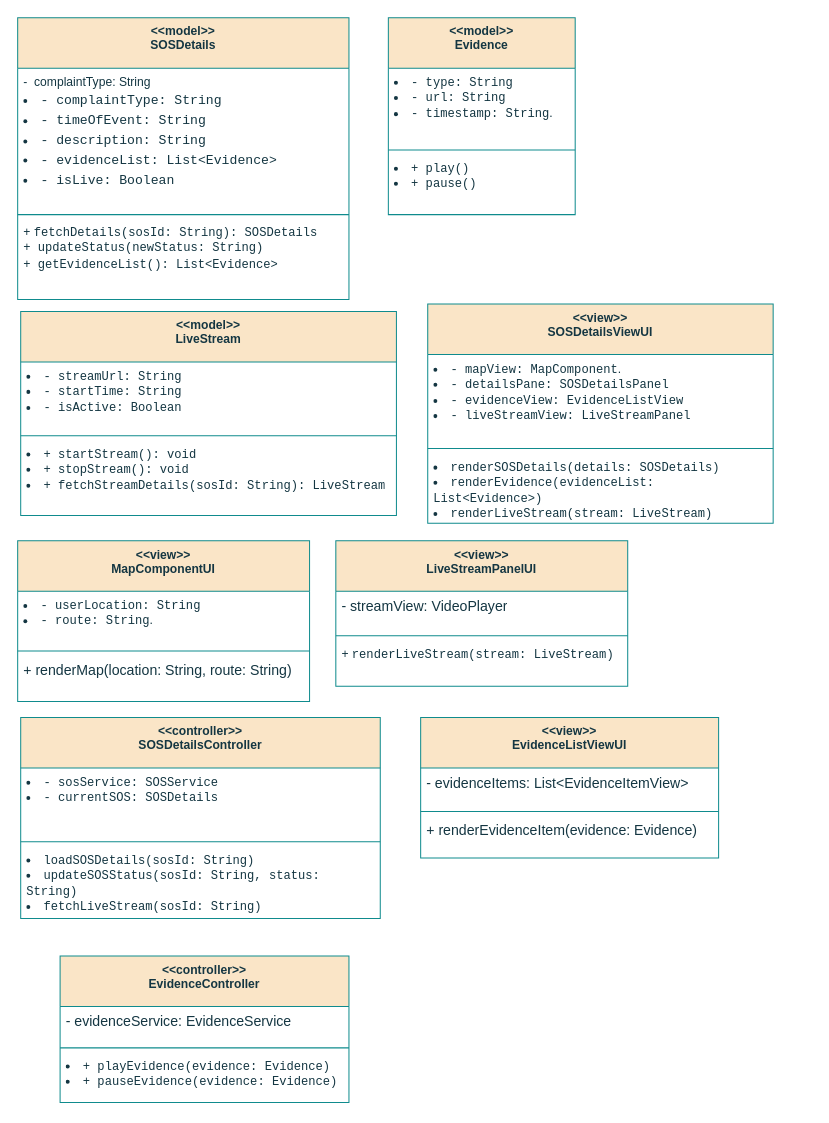
Earlier version of the draw.io diagram page "Page-7" (7 of 7) of Untitled Diagram.drawio (TH-014/CSE_326). Source tidied: cells renumbered, new cells numbered last; positions are measured from the earlier drawing's top-left corner, leaving out a move shared by most shapes. Both pictures are drawn from the tidied source at 101%, with x=0, y=0 at pixel (17, 17).
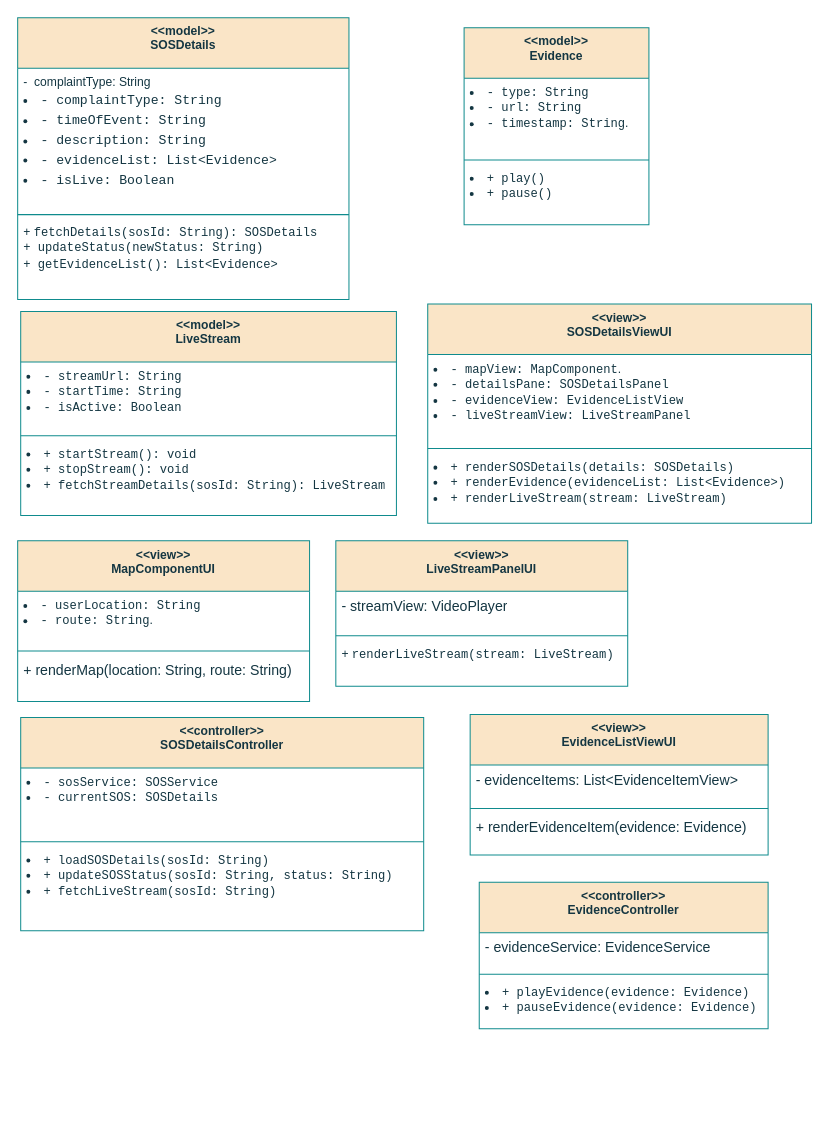
Above is the later version.

The change refers to these unchanged cells:
```xml
<mxCell id="2" value="&lt;div&gt;&amp;lt;&amp;lt;model&amp;gt;&amp;gt;&lt;/div&gt;&lt;div&gt;SOSDetails&lt;br&gt;&lt;/div&gt;" style="swimlane;fontStyle=1;align=center;verticalAlign=top;horizontal=1;startSize=50;whiteSpace=wrap;html=1;strokeColor=#0F8B8D;fontColor=#143642;fillColor=#FAE5C7;" parent="1" vertex="1">
  <mxGeometry width="328" height="279" as="geometry" />
</mxCell>
```

Diff of the diagram source:
```diff
@@
-    <mxCell id="3" value="&lt;div&gt;&lt;font style=&quot;font-size: 12px;&quot;&gt;-&amp;nbsp; complaintType: String&lt;/font&gt;&lt;/div&gt;&lt;li&gt;&lt;font size=&quot;3&quot;&gt;&lt;code&gt;- complaintType: String&lt;/code&gt;&lt;br&gt;&lt;/font&gt;&lt;/li&gt;&lt;li&gt;&lt;font size=&quot;3&quot;&gt;&lt;code&gt;- timeOfEvent: String&lt;/code&gt;&lt;br&gt;&lt;/font&gt;&lt;/li&gt;&lt;li&gt;&lt;font size=&quot;3&quot;&gt;&lt;code&gt;- description: String&lt;/code&gt;&lt;br&gt;&lt;/font&gt;&lt;/li&gt;&lt;li&gt;&lt;font size=&quot;3&quot;&gt;&lt;code&gt;- evidenceList: List&amp;lt;Evidence&amp;gt;&lt;/code&gt;&lt;br&gt;&lt;/font&gt;&lt;/li&gt;&lt;li&gt;&lt;font size=&quot;3&quot;&gt;&lt;code&gt;- isLive: Boolean&lt;/code&gt;&lt;br&gt;&lt;/font&gt;&lt;/li&gt;" style="text;strokeColor=none;fillColor=none;align=left;verticalAlign=top;spacingLeft=4;spacingRight=4;overflow=hidden;whiteSpace=wrap;html=1;fontColor=#143642;" parent="2" vertex="1">
+    <mxCell id="3" value="&lt;div align=&quot;left&quot;&gt;&lt;font style=&quot;font-size: 12px;&quot;&gt;-&amp;nbsp; complaintType: String&lt;/font&gt;&lt;/div&gt;&lt;div align=&quot;left&quot;&gt;&lt;li&gt;&lt;font size=&quot;3&quot;&gt;&lt;code&gt;- complaintType: String&lt;/code&gt;&lt;br&gt;&lt;/font&gt;&lt;/li&gt;&lt;li&gt;&lt;font size=&quot;3&quot;&gt;&lt;code&gt;- timeOfEvent: String&lt;/code&gt;&lt;br&gt;&lt;/font&gt;&lt;/li&gt;&lt;li&gt;&lt;font size=&quot;3&quot;&gt;&lt;code&gt;- description: String&lt;/code&gt;&lt;br&gt;&lt;/font&gt;&lt;/li&gt;&lt;li&gt;&lt;font size=&quot;3&quot;&gt;&lt;code&gt;- evidenceList: List&amp;lt;Evidence&amp;gt;&lt;/code&gt;&lt;/font&gt;&lt;/li&gt;&lt;li&gt;&lt;font size=&quot;3&quot;&gt;&lt;code&gt;&lt;/code&gt;&lt;code&gt;- isLive: Boolean&lt;/code&gt;&lt;br&gt;&lt;/font&gt;&lt;/li&gt;&lt;/div&gt;" style="text;strokeColor=none;fillColor=none;align=left;verticalAlign=top;spacingLeft=4;spacingRight=4;overflow=hidden;whiteSpace=wrap;html=1;fontColor=#143642;" parent="2" vertex="1">
       <mxGeometry y="50" width="328" height="141" as="geometry" />
     </mxCell>
@@
     <mxCell id="6" value="&lt;div&gt;&amp;lt;&amp;lt;model&amp;gt;&amp;gt;&lt;/div&gt;&lt;div&gt;Evidence&lt;br&gt;&lt;/div&gt;" style="swimlane;fontStyle=1;align=center;verticalAlign=top;horizontal=1;startSize=50;whiteSpace=wrap;html=1;strokeColor=#0F8B8D;fontColor=#143642;fillColor=#FAE5C7;" parent="1" vertex="1">
-      <mxGeometry x="367" width="185" height="195" as="geometry" />
+      <mxGeometry x="442" y="10" width="183" height="195" as="geometry" />
     </mxCell>
     <mxCell id="7" value="&lt;li&gt;&lt;code&gt;- type: String&lt;/code&gt;&lt;/li&gt;&lt;li&gt;&lt;code&gt;- url: String&lt;/code&gt;&lt;/li&gt;&lt;li&gt;&lt;code&gt;- timestamp: String&lt;/code&gt;.&lt;/li&gt;" style="text;strokeColor=none;fillColor=none;align=left;verticalAlign=top;spacingLeft=4;spacingRight=4;overflow=hidden;whiteSpace=wrap;html=1;fontColor=#143642;" parent="6" vertex="1">
-      <mxGeometry y="50" width="185" height="77" as="geometry" />
+      <mxGeometry y="50" width="183" height="77" as="geometry" />
     </mxCell>
     <mxCell id="8" style="line;strokeWidth=1;fillColor=none;align=left;verticalAlign=middle;spacingTop=-1;spacingLeft=3;spacingRight=3;labelPosition=right;strokeColor=inherit;fontColor=#143642;" parent="6" vertex="1">
-      <mxGeometry y="127" width="185" height="8" as="geometry" />
+      <mxGeometry y="127" width="183" height="8" as="geometry" />
     </mxCell>
     <mxCell id="9" value="&lt;li&gt;&lt;code&gt;+ play()&lt;/code&gt;&lt;/li&gt;&lt;li&gt;&lt;code&gt;+ pause()&lt;/code&gt;&lt;/li&gt;" style="text;strokeColor=none;fillColor=none;align=left;verticalAlign=top;spacingLeft=4;spacingRight=4;overflow=hidden;whiteSpace=wrap;html=1;fontColor=#143642;" parent="6" vertex="1">
-      <mxGeometry y="135" width="185" height="60" as="geometry" />
+      <mxGeometry y="135" width="183" height="60" as="geometry" />
     </mxCell>
@@
     <mxCell id="14" value="&lt;div&gt;&amp;lt;&amp;lt;view&amp;gt;&amp;gt;&lt;/div&gt;&lt;div&gt; SOSDetailsViewUI&lt;/div&gt;" style="swimlane;fontStyle=1;align=center;verticalAlign=top;horizontal=1;startSize=50;whiteSpace=wrap;html=1;strokeColor=#0F8B8D;fontColor=#143642;fillColor=#FAE5C7;" parent="1" vertex="1">
-      <mxGeometry x="406" y="283.5" width="342" height="217" as="geometry" />
+      <mxGeometry x="406" y="283.5" width="380" height="217" as="geometry" />
     </mxCell>
     <mxCell id="15" value="&lt;li&gt;&lt;code&gt;- mapView: MapComponent&lt;/code&gt;.&lt;/li&gt;&lt;li&gt;&lt;code&gt;- detailsPane: SOSDetailsPanel&lt;/code&gt;&lt;br&gt;&lt;/li&gt;&lt;li&gt;&lt;code&gt;- evidenceView: EvidenceListView&lt;/code&gt;&lt;br&gt;&lt;/li&gt;&lt;li&gt;&lt;code&gt;- liveStreamView: LiveStreamPanel&lt;/code&gt;&lt;br&gt;&lt;/li&gt;" style="text;strokeColor=none;fillColor=none;align=left;verticalAlign=top;spacingLeft=4;spacingRight=4;overflow=hidden;whiteSpace=wrap;html=1;fontColor=#143642;" parent="14" vertex="1">
-      <mxGeometry y="50" width="342" height="89" as="geometry" />
+      <mxGeometry y="50" width="380" height="89" as="geometry" />
     </mxCell>
     <mxCell id="16" style="line;strokeWidth=1;fillColor=none;align=left;verticalAlign=middle;spacingTop=-1;spacingLeft=3;spacingRight=3;labelPosition=right;strokeColor=inherit;fontColor=#143642;" parent="14" vertex="1">
-      <mxGeometry y="139" width="342" height="8" as="geometry" />
+      <mxGeometry y="139" width="380" height="8" as="geometry" />
     </mxCell>
-    <mxCell id="17" value="&lt;li&gt;&lt;code&gt;renderSOSDetails(details: SOSDetails)&lt;/code&gt;&lt;br&gt;&lt;/li&gt;&lt;li&gt;&lt;code&gt;renderEvidence(evidenceList: List&amp;lt;Evidence&amp;gt;)&lt;/code&gt;&lt;br&gt;&lt;/li&gt;&lt;li&gt;&lt;code&gt;renderLiveStream(stream: LiveStream)&lt;/code&gt;&lt;br&gt;&lt;/li&gt;" style="text;strokeColor=none;fillColor=none;align=left;verticalAlign=top;spacingLeft=4;spacingRight=4;overflow=hidden;whiteSpace=wrap;html=1;fontColor=#143642;" parent="14" vertex="1">
-      <mxGeometry y="147" width="342" height="70" as="geometry" />
+    <mxCell id="17" value="&lt;li&gt;&lt;code&gt;+ renderSOSDetails(details: SOSDetails)&lt;/code&gt;&lt;br&gt;&lt;/li&gt;&lt;li&gt;&lt;code&gt;+ renderEvidence(evidenceList: List&amp;lt;Evidence&amp;gt;)&lt;/code&gt;&lt;br&gt;&lt;/li&gt;&lt;li&gt;&lt;code&gt;+ renderLiveStream(stream: LiveStream)&lt;/code&gt;&lt;br&gt;&lt;/li&gt;" style="text;strokeColor=none;fillColor=none;align=left;verticalAlign=top;spacingLeft=4;spacingRight=4;overflow=hidden;whiteSpace=wrap;html=1;fontColor=#143642;" parent="14" vertex="1">
+      <mxGeometry y="147" width="380" height="70" as="geometry" />
     </mxCell>
@@
     <mxCell id="26" value="&lt;div&gt;&amp;lt;&amp;lt;controller&amp;gt;&amp;gt;&lt;/div&gt;&lt;div&gt;SOSDetailsController&lt;/div&gt;" style="swimlane;fontStyle=1;align=center;verticalAlign=top;horizontal=1;startSize=50;whiteSpace=wrap;html=1;strokeColor=#0F8B8D;fontColor=#143642;fillColor=#FAE5C7;" parent="1" vertex="1">
-      <mxGeometry x="3" y="693" width="356" height="199" as="geometry" />
+      <mxGeometry x="3" y="693" width="399" height="211" as="geometry" />
     </mxCell>
     <mxCell id="27" value="&lt;li&gt;&lt;code&gt;- sosService: SOSService&lt;/code&gt;&lt;/li&gt;&lt;li&gt;&lt;code&gt;- currentSOS: SOSDetails&lt;/code&gt;&lt;/li&gt;" style="text;strokeColor=none;fillColor=none;align=left;verticalAlign=top;spacingLeft=4;spacingRight=4;overflow=hidden;whiteSpace=wrap;html=1;fontColor=#143642;" parent="26" vertex="1">
-      <mxGeometry y="50" width="356" height="69" as="geometry" />
+      <mxGeometry y="50" width="399" height="69" as="geometry" />
     </mxCell>
     <mxCell id="28" style="line;strokeWidth=1;fillColor=none;align=left;verticalAlign=middle;spacingTop=-1;spacingLeft=3;spacingRight=3;labelPosition=right;strokeColor=inherit;fontColor=#143642;" parent="26" vertex="1">
-      <mxGeometry y="119" width="356" height="8" as="geometry" />
+      <mxGeometry y="119" width="399" height="8" as="geometry" />
     </mxCell>
-    <mxCell id="29" value="&lt;li&gt;&lt;code&gt;loadSOSDetails(sosId: String)&lt;/code&gt;&lt;br&gt;&lt;/li&gt;&lt;li&gt;&lt;code&gt;updateSOSStatus(sosId: String, status: String)&lt;/code&gt;&lt;br&gt;&lt;/li&gt;&lt;li&gt;&lt;code&gt;fetchLiveStream(sosId: String)&lt;/code&gt;&lt;br&gt;&lt;/li&gt;" style="text;strokeColor=none;fillColor=none;align=left;verticalAlign=top;spacingLeft=4;spacingRight=4;overflow=hidden;whiteSpace=wrap;html=1;fontColor=#143642;" parent="26" vertex="1">
-      <mxGeometry y="127" width="356" height="72" as="geometry" />
+    <mxCell id="29" value="&lt;li&gt;&lt;code&gt;+ loadSOSDetails(sosId: String)&lt;/code&gt;&lt;code&gt;&lt;/code&gt;&lt;/li&gt;&lt;li&gt;&lt;code&gt;+ updateSOSStatus(sosId: String, status: String)&lt;/code&gt;&lt;code&gt;&lt;/code&gt;&lt;/li&gt;&lt;li&gt;&lt;code&gt;+ fetchLiveStream(sosId: String)&lt;/code&gt;&lt;br&gt;&lt;/li&gt;" style="text;strokeColor=none;fillColor=none;align=left;verticalAlign=top;spacingLeft=4;spacingRight=4;overflow=hidden;whiteSpace=wrap;html=1;fontColor=#143642;" parent="26" vertex="1">
+      <mxGeometry y="127" width="399" height="84" as="geometry" />
     </mxCell>
     <mxCell id="30" value="&lt;div&gt;&amp;lt;&amp;lt;controller&amp;gt;&amp;gt;&lt;/div&gt;&lt;div&gt; EvidenceController&lt;/div&gt;" style="swimlane;fontStyle=1;align=center;verticalAlign=top;horizontal=1;startSize=50;whiteSpace=wrap;html=1;strokeColor=#0F8B8D;fontColor=#143642;fillColor=#FAE5C7;" parent="1" vertex="1">
-      <mxGeometry x="42" y="929" width="286" height="145" as="geometry" />
+      <mxGeometry x="457" y="856" width="286" height="145" as="geometry" />
     </mxCell>
@@
     <mxCell id="34" value="&lt;div&gt;&amp;lt;&amp;lt;view&amp;gt;&amp;gt;&lt;/div&gt;&lt;div&gt;EvidenceListViewUI&lt;/div&gt;" style="swimlane;fontStyle=1;align=center;verticalAlign=top;horizontal=1;startSize=50;whiteSpace=wrap;html=1;strokeColor=#0F8B8D;fontColor=#143642;fillColor=#FAE5C7;" parent="1" vertex="1">
-      <mxGeometry x="399" y="693" width="295" height="139" as="geometry" />
+      <mxGeometry x="448" y="690" width="295" height="139" as="geometry" />
     </mxCell>
```
